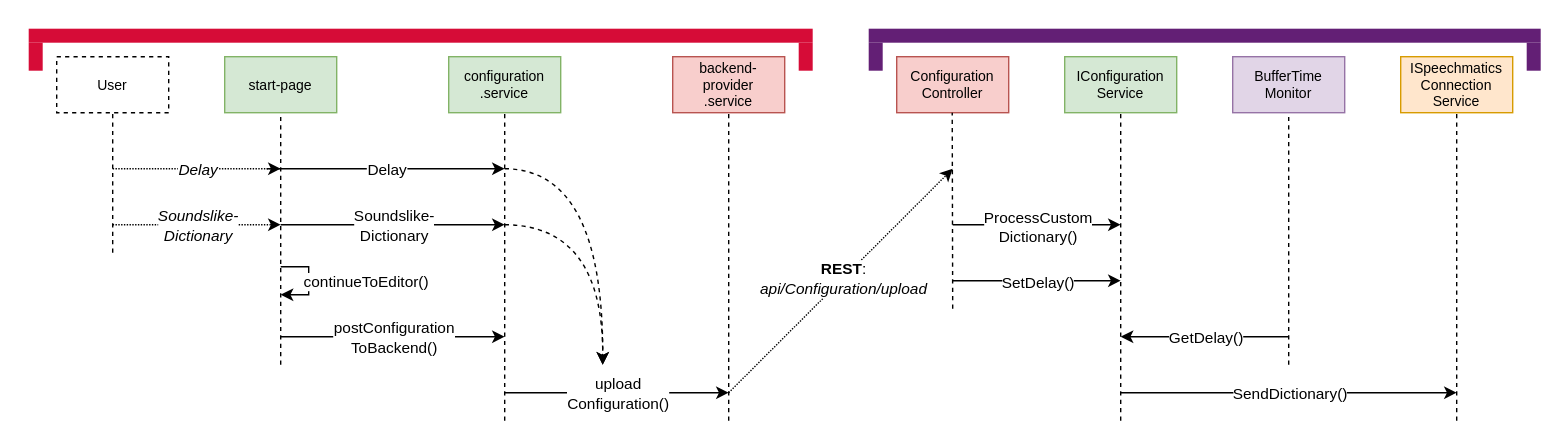
Earlier version of the draw.io export TechnicalDocumentation/arc42/img/Prozess_Konfiguration.drawio.svg (Subletic/Documentation). Source tidied: cells renumbered, new cells last; positions are measured from the earlier drawing's top-left corner, leaving out a move shared by most shapes.
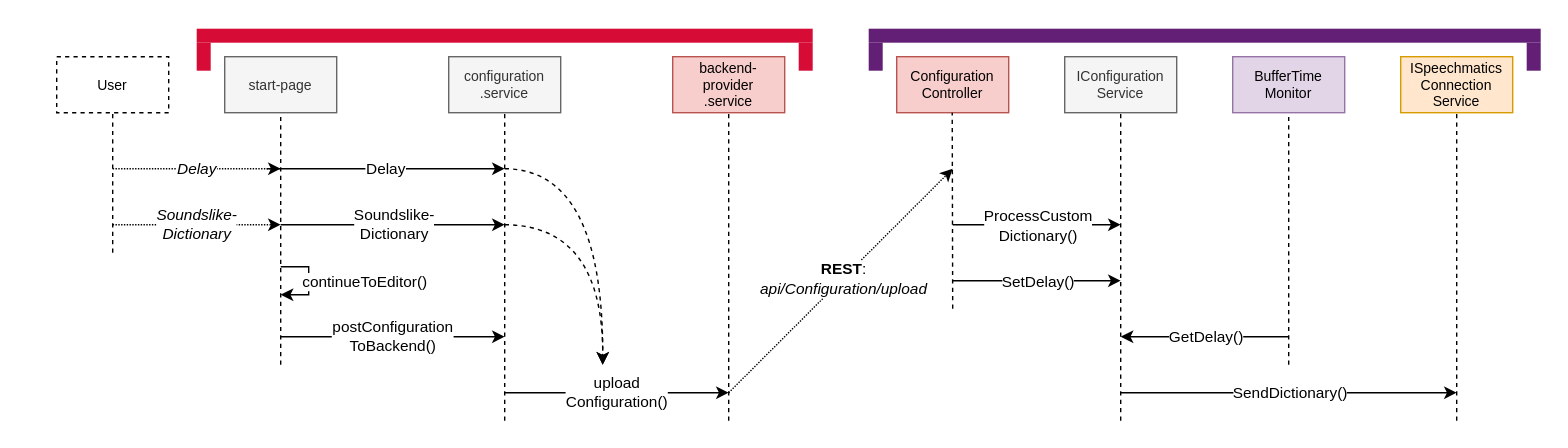
The same diagram one commit later.

Change to the diagram source:
```diff
@@ -6,7 +6,7 @@
       <mxGeometry width="1120" height="320" as="geometry" />
     </mxCell>
     <mxCell id="3" style="rounded=0;whiteSpace=wrap;html=1;fillColor=#d60c37;strokeColor=none;" parent="1" vertex="1">
-      <mxGeometry x="20" y="20" width="560" height="10" as="geometry" />
+      <mxGeometry x="140" y="20" width="440" height="10" as="geometry" />
     </mxCell>
     <mxCell id="4" value="User" style="rounded=0;whiteSpace=wrap;html=1;fontSize=10;glass=0;shadow=0;fillColor=none;dashed=1;" parent="1" vertex="1">
       <mxGeometry x="40" y="40" width="80" height="40" as="geometry" />
@@ -16,7 +16,7 @@
         <mxPoint x="80" y="180" as="sourcePoint" />
       </mxGeometry>
     </mxCell>
-    <mxCell id="6" value="start-page" style="rounded=0;whiteSpace=wrap;html=1;fillColor=#d5e8d4;fontSize=10;strokeColor=#82b366;" parent="1" vertex="1">
+    <mxCell id="6" value="start-page" style="rounded=0;whiteSpace=wrap;html=1;fillColor=#f5f5f5;fontSize=10;strokeColor=#666666;fontColor=#333333;" parent="1" vertex="1">
       <mxGeometry x="160" y="40" width="80" height="40" as="geometry" />
     </mxCell>
     <mxCell id="7" style="endArrow=none;html=1;rounded=0;entryX=0.5;entryY=1;entryDx=0;entryDy=0;dashed=1;" parent="1" edge="1" target="6">
@@ -44,7 +44,7 @@
         <mxPoint x="-2" y="-2" as="offset" />
       </mxGeometry>
     </mxCell>
-    <mxCell id="12" value="configuration&lt;br&gt;.service" style="rounded=0;whiteSpace=wrap;html=1;fillColor=#d5e8d4;fontSize=10;strokeColor=#82b366;" parent="1" vertex="1">
+    <mxCell id="12" value="configuration&lt;br&gt;.service" style="rounded=0;whiteSpace=wrap;html=1;fillColor=#f5f5f5;fontSize=10;strokeColor=#666666;fontColor=#333333;" parent="1" vertex="1">
       <mxGeometry x="320" y="40" width="80" height="40" as="geometry" />
     </mxCell>
     <mxCell id="13" style="endArrow=none;html=1;rounded=0;entryX=0.5;entryY=1;entryDx=0;entryDy=0;dashed=1;" parent="1" edge="1" target="12">
@@ -114,7 +114,7 @@
       <mxGeometry x="640" y="40" width="80" height="40" as="geometry" />
     </mxCell>
     <mxCell id="27" style="rounded=0;whiteSpace=wrap;html=1;fillColor=#d60c37;strokeColor=none;" parent="1" vertex="1">
-      <mxGeometry x="20" y="30" width="10" height="20" as="geometry" />
+      <mxGeometry x="140" y="30" width="10" height="20" as="geometry" />
     </mxCell>
     <mxCell id="28" style="rounded=0;whiteSpace=wrap;html=1;fillColor=#d60c37;strokeColor=none;" parent="1" vertex="1">
       <mxGeometry x="570" y="30" width="10" height="20" as="geometry" />
@@ -162,7 +162,7 @@
         <mxPoint x="-3" as="offset" />
       </mxGeometry>
     </mxCell>
-    <mxCell id="39" value="IConfiguration&lt;br&gt;Service" style="rounded=0;whiteSpace=wrap;html=1;fillColor=#d5e8d4;fontSize=10;strokeColor=#82b366;" parent="1" vertex="1">
+    <mxCell id="39" value="IConfiguration&lt;br&gt;Service" style="rounded=0;whiteSpace=wrap;html=1;fillColor=#f5f5f5;fontSize=10;strokeColor=#666666;fontColor=#333333;" parent="1" vertex="1">
       <mxGeometry x="760" y="40" width="80" height="40" as="geometry" />
     </mxCell>
     <mxCell id="40" style="endArrow=none;html=1;rounded=0;dashed=1;" parent="1" edge="1" target="39">
```
